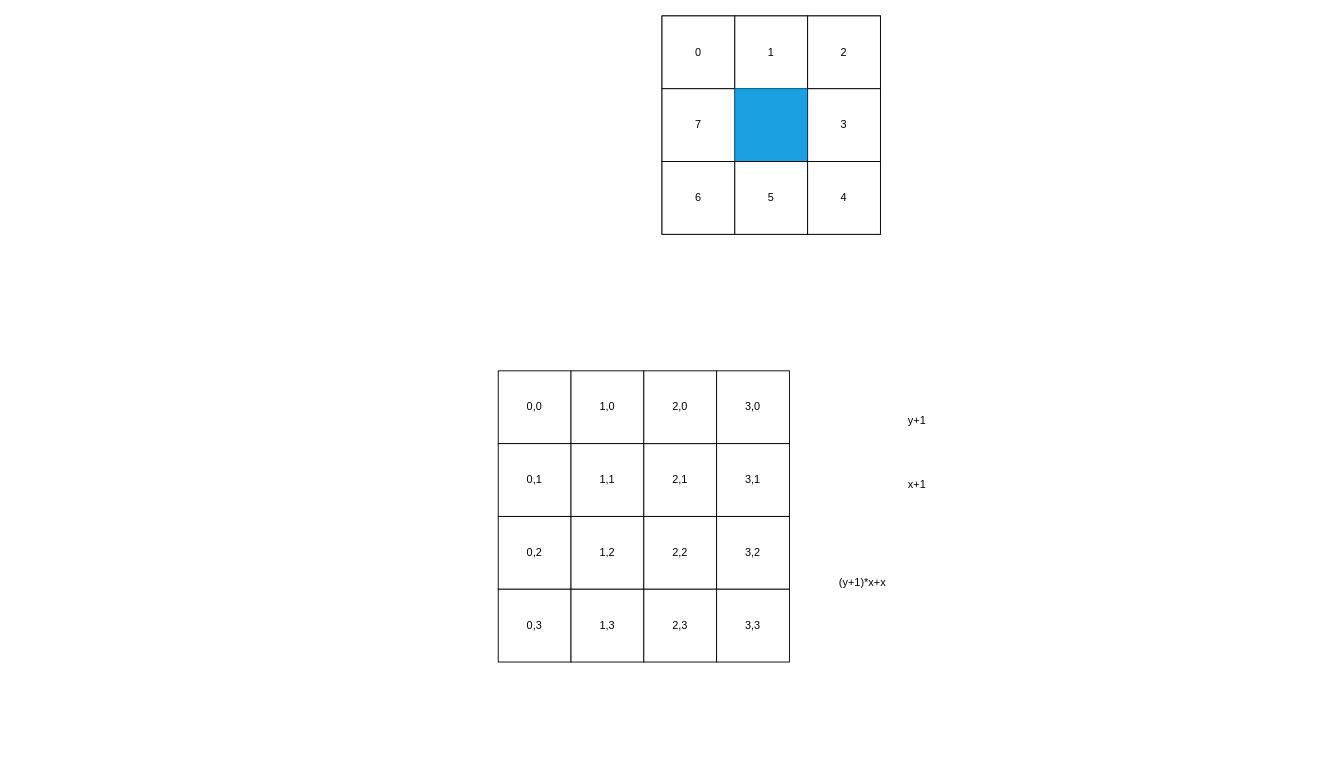
Earlier version of the draw.io diagram map/map.drawio (CoffeeSwt/digtal-life). Source tidied: cells renumbered, new cells numbered last; positions are measured from the earlier drawing's top-left corner, leaving out a move shared by most shapes. Both pictures are drawn from the tidied source at 91%, with x=0, y=0 at pixel (498, 15).
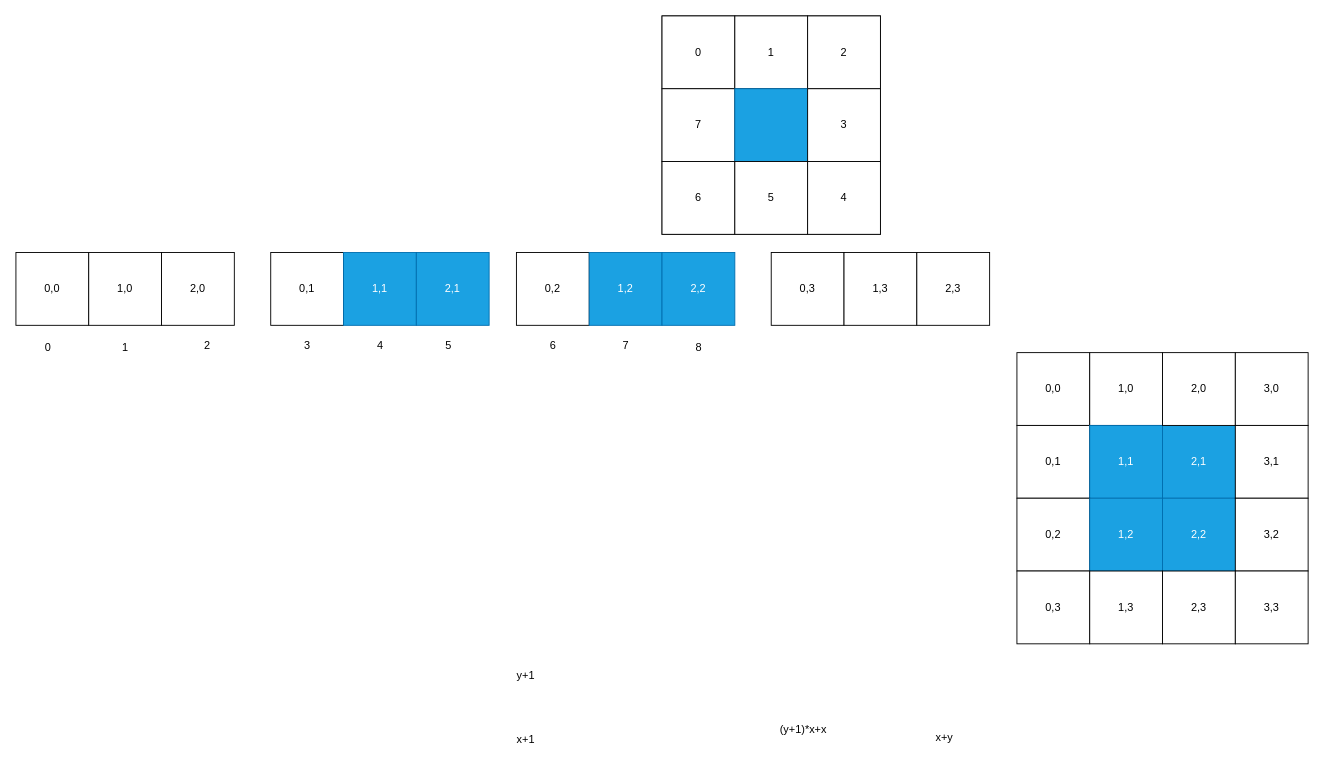
Above is the later version.

What changed in the source:
```diff
@@
     <mxCell id="12" value="0,0&lt;br&gt;" style="whiteSpace=wrap;html=1;" parent="1" vertex="1">
-      <mxGeometry y="390" width="80" height="80" as="geometry" />
+      <mxGeometry x="-530" y="260" width="80" height="80" as="geometry" />
     </mxCell>
     <mxCell id="13" value="1,0" style="whiteSpace=wrap;html=1;" parent="1" vertex="1">
-      <mxGeometry x="80" y="390" width="80" height="80" as="geometry" />
+      <mxGeometry x="-450" y="260" width="80" height="80" as="geometry" />
     </mxCell>
     <mxCell id="14" value="0,1" style="whiteSpace=wrap;html=1;" parent="1" vertex="1">
-      <mxGeometry y="470" width="80" height="80" as="geometry" />
+      <mxGeometry x="-250" y="260" width="80" height="80" as="geometry" />
     </mxCell>
-    <mxCell id="15" value="1,1" style="whiteSpace=wrap;html=1;" parent="1" vertex="1">
-      <mxGeometry x="80" y="470" width="80" height="80" as="geometry" />
+    <mxCell id="15" value="1,1" style="whiteSpace=wrap;html=1;fillColor=#1ba1e2;fontColor=#ffffff;strokeColor=#006EAF;" parent="1" vertex="1">
+      <mxGeometry x="-170" y="260" width="80" height="80" as="geometry" />
     </mxCell>
-    <mxCell id="16" value="2,1" style="whiteSpace=wrap;html=1;" parent="1" vertex="1">
-      <mxGeometry x="160" y="470" width="80" height="80" as="geometry" />
+    <mxCell id="16" value="2,1" style="whiteSpace=wrap;html=1;fillColor=#1ba1e2;fontColor=#ffffff;strokeColor=#006EAF;" parent="1" vertex="1">
+      <mxGeometry x="-90" y="260" width="80" height="80" as="geometry" />
     </mxCell>
     <mxCell id="17" value="2,0" style="whiteSpace=wrap;html=1;" parent="1" vertex="1">
-      <mxGeometry x="160" y="390" width="80" height="80" as="geometry" />
+      <mxGeometry x="-370" y="260" width="80" height="80" as="geometry" />
     </mxCell>
     <mxCell id="18" value="0,2" style="whiteSpace=wrap;html=1;" parent="1" vertex="1">
-      <mxGeometry y="550" width="80" height="80" as="geometry" />
+      <mxGeometry x="20" y="260" width="80" height="80" as="geometry" />
     </mxCell>
-    <mxCell id="19" value="1,2" style="whiteSpace=wrap;html=1;" parent="1" vertex="1">
-      <mxGeometry x="80" y="550" width="80" height="80" as="geometry" />
+    <mxCell id="19" value="1,2" style="whiteSpace=wrap;html=1;fillColor=#1ba1e2;fontColor=#ffffff;strokeColor=#006EAF;" parent="1" vertex="1">
+      <mxGeometry x="100" y="260" width="80" height="80" as="geometry" />
     </mxCell>
-    <mxCell id="20" value="2,2" style="whiteSpace=wrap;html=1;" parent="1" vertex="1">
-      <mxGeometry x="160" y="550" width="80" height="80" as="geometry" />
+    <mxCell id="20" value="2,2" style="whiteSpace=wrap;html=1;fillColor=#1ba1e2;fontColor=#ffffff;strokeColor=#006EAF;" parent="1" vertex="1">
+      <mxGeometry x="180" y="260" width="80" height="80" as="geometry" />
     </mxCell>
+    <mxCell id="24" value="0,3" style="whiteSpace=wrap;html=1;" parent="1" vertex="1">
+      <mxGeometry x="300" y="260" width="80" height="80" as="geometry" />
+    </mxCell>
+    <mxCell id="25" value="1,3" style="whiteSpace=wrap;html=1;" parent="1" vertex="1">
+      <mxGeometry x="380" y="260" width="80" height="80" as="geometry" />
+    </mxCell>
+    <mxCell id="26" value="2,3" style="whiteSpace=wrap;html=1;" parent="1" vertex="1">
+      <mxGeometry x="460" y="260" width="80" height="80" as="geometry" />
+    </mxCell>
+    <mxCell id="28" value="y+1" style="text;html=1;align=center;verticalAlign=middle;strokeColor=none;fillColor=none;" parent="1" vertex="1">
+      <mxGeometry x="10" y="710" width="40" height="30" as="geometry" />
+    </mxCell>
+    <mxCell id="29" value="x+1" style="text;html=1;align=center;verticalAlign=middle;strokeColor=none;fillColor=none;" parent="1" vertex="1">
+      <mxGeometry x="10" y="780" width="40" height="30" as="geometry" />
+    </mxCell>
+    <mxCell id="30" value="(y+1)*x+x" style="text;html=1;align=center;verticalAlign=middle;strokeColor=none;fillColor=none;" parent="1" vertex="1">
+      <mxGeometry x="300" y="770" width="70" height="30" as="geometry" />
+    </mxCell>
+    <mxCell id="31" value="0,0&lt;br&gt;" style="whiteSpace=wrap;html=1;" parent="1" vertex="1">
+      <mxGeometry x="570" y="370" width="80" height="80" as="geometry" />
+    </mxCell>
+    <mxCell id="32" value="1,0" style="whiteSpace=wrap;html=1;" parent="1" vertex="1">
+      <mxGeometry x="650" y="370" width="80" height="80" as="geometry" />
+    </mxCell>
+    <mxCell id="33" value="0,1" style="whiteSpace=wrap;html=1;" parent="1" vertex="1">
+      <mxGeometry x="570" y="450" width="80" height="80" as="geometry" />
+    </mxCell>
+    <mxCell id="34" value="1,1" style="whiteSpace=wrap;html=1;fillColor=#1ba1e2;fontColor=#ffffff;strokeColor=#006EAF;" parent="1" vertex="1">
+      <mxGeometry x="650" y="450" width="80" height="80" as="geometry" />
+    </mxCell>
+    <mxCell id="35" value="2,1" style="whiteSpace=wrap;html=1;fillColor=#1ba1e2;fontColor=#ffffff;strokeColor=#006EAF;" parent="1" vertex="1">
+      <mxGeometry x="730" y="450" width="80" height="80" as="geometry" />
+    </mxCell>
+    <mxCell id="36" value="2,0" style="whiteSpace=wrap;html=1;" parent="1" vertex="1">
+      <mxGeometry x="730" y="370" width="80" height="80" as="geometry" />
+    </mxCell>
+    <mxCell id="37" value="0,2" style="whiteSpace=wrap;html=1;" parent="1" vertex="1">
+      <mxGeometry x="570" y="530" width="80" height="80" as="geometry" />
+    </mxCell>
+    <mxCell id="38" value="1,2" style="whiteSpace=wrap;html=1;fillColor=#1ba1e2;fontColor=#ffffff;strokeColor=#006EAF;" parent="1" vertex="1">
+      <mxGeometry x="650" y="530" width="80" height="80" as="geometry" />
+    </mxCell>
+    <mxCell id="39" value="2,2" style="whiteSpace=wrap;html=1;fillColor=#1ba1e2;fontColor=#ffffff;strokeColor=#006EAF;" parent="1" vertex="1">
+      <mxGeometry x="730" y="530" width="80" height="80" as="geometry" />
+    </mxCell>
     <mxCell id="21" value="3,0" style="whiteSpace=wrap;html=1;" parent="1" vertex="1">
-      <mxGeometry x="240" y="390" width="80" height="80" as="geometry" />
+      <mxGeometry x="810" y="370" width="80" height="80" as="geometry" />
     </mxCell>
     <mxCell id="22" value="3,1" style="whiteSpace=wrap;html=1;" parent="1" vertex="1">
-      <mxGeometry x="240" y="470" width="80" height="80" as="geometry" />
+      <mxGeometry x="810" y="450" width="80" height="80" as="geometry" />
     </mxCell>
     <mxCell id="23" value="3,2" style="whiteSpace=wrap;html=1;" parent="1" vertex="1">
-      <mxGeometry x="240" y="550" width="80" height="80" as="geometry" />
+      <mxGeometry x="810" y="530" width="80" height="80" as="geometry" />
     </mxCell>
-    <mxCell id="24" value="0,3" style="whiteSpace=wrap;html=1;" parent="1" vertex="1">
-      <mxGeometry y="630" width="80" height="80" as="geometry" />
-    </mxCell>
-    <mxCell id="25" value="1,3" style="whiteSpace=wrap;html=1;" parent="1" vertex="1">
-      <mxGeometry x="80" y="630" width="80" height="80" as="geometry" />
-    </mxCell>
-    <mxCell id="26" value="2,3" style="whiteSpace=wrap;html=1;" parent="1" vertex="1">
-      <mxGeometry x="160" y="630" width="80" height="80" as="geometry" />
-    </mxCell>
+    <mxCell id="40" value="0,3" style="whiteSpace=wrap;html=1;" parent="1" vertex="1">
+      <mxGeometry x="570" y="610" width="80" height="80" as="geometry" />
+    </mxCell>
+    <mxCell id="41" value="1,3" style="whiteSpace=wrap;html=1;" parent="1" vertex="1">
+      <mxGeometry x="650" y="610" width="80" height="80" as="geometry" />
+    </mxCell>
+    <mxCell id="42" value="2,3" style="whiteSpace=wrap;html=1;" parent="1" vertex="1">
+      <mxGeometry x="730" y="610" width="80" height="80" as="geometry" />
+    </mxCell>
     <mxCell id="27" value="3,3" style="whiteSpace=wrap;html=1;" parent="1" vertex="1">
-      <mxGeometry x="240" y="630" width="80" height="80" as="geometry" />
+      <mxGeometry x="810" y="610" width="80" height="80" as="geometry" />
     </mxCell>
-    <mxCell id="28" value="y+1" style="text;html=1;align=center;verticalAlign=middle;strokeColor=none;fillColor=none;" parent="1" vertex="1">
-      <mxGeometry x="440" y="430" width="40" height="30" as="geometry" />
-    </mxCell>
-    <mxCell id="29" value="x+1" style="text;html=1;align=center;verticalAlign=middle;strokeColor=none;fillColor=none;" parent="1" vertex="1">
-      <mxGeometry x="440" y="500" width="40" height="30" as="geometry" />
-    </mxCell>
-    <mxCell id="30" value="(y+1)*x+x" style="text;html=1;align=center;verticalAlign=middle;strokeColor=none;fillColor=none;" parent="1" vertex="1">
-      <mxGeometry x="365" y="608" width="70" height="30" as="geometry" />
-    </mxCell>
+    <mxCell id="43" value="0" style="text;html=1;align=center;verticalAlign=middle;strokeColor=none;fillColor=none;" parent="1" vertex="1">
+      <mxGeometry x="-510" y="350" width="30" height="30" as="geometry" />
+    </mxCell>
+    <mxCell id="44" value="x+y" style="text;html=1;align=center;verticalAlign=middle;strokeColor=none;fillColor=none;" parent="1" vertex="1">
+      <mxGeometry x="470" y="778" width="40" height="30" as="geometry" />
+    </mxCell>
+    <mxCell id="45" value="1" style="text;html=1;align=center;verticalAlign=middle;strokeColor=none;fillColor=none;" parent="1" vertex="1">
+      <mxGeometry x="-425" y="350" width="30" height="30" as="geometry" />
+    </mxCell>
+    <mxCell id="46" value="2" style="text;html=1;align=center;verticalAlign=middle;strokeColor=none;fillColor=none;" parent="1" vertex="1">
+      <mxGeometry x="-335" y="348" width="30" height="30" as="geometry" />
+    </mxCell>
+    <mxCell id="47" value="3" style="text;html=1;align=center;verticalAlign=middle;strokeColor=none;fillColor=none;" parent="1" vertex="1">
+      <mxGeometry x="-225" y="348" width="30" height="30" as="geometry" />
+    </mxCell>
+    <mxCell id="48" value="4" style="text;html=1;align=center;verticalAlign=middle;strokeColor=none;fillColor=none;" parent="1" vertex="1">
+      <mxGeometry x="-145" y="348" width="30" height="30" as="geometry" />
+    </mxCell>
+    <mxCell id="49" value="5" style="text;html=1;align=center;verticalAlign=middle;strokeColor=none;fillColor=none;" parent="1" vertex="1">
+      <mxGeometry x="-70" y="348" width="30" height="30" as="geometry" />
+    </mxCell>
+    <mxCell id="50" value="6" style="text;html=1;align=center;verticalAlign=middle;strokeColor=none;fillColor=none;" parent="1" vertex="1">
+      <mxGeometry x="45" y="348" width="30" height="30" as="geometry" />
+    </mxCell>
+    <mxCell id="51" value="7" style="text;html=1;align=center;verticalAlign=middle;strokeColor=none;fillColor=none;" parent="1" vertex="1">
+      <mxGeometry x="125" y="348" width="30" height="30" as="geometry" />
+    </mxCell>
+    <mxCell id="52" value="8" style="text;html=1;align=center;verticalAlign=middle;strokeColor=none;fillColor=none;" parent="1" vertex="1">
+      <mxGeometry x="205" y="350" width="30" height="30" as="geometry" />
+    </mxCell>
```
